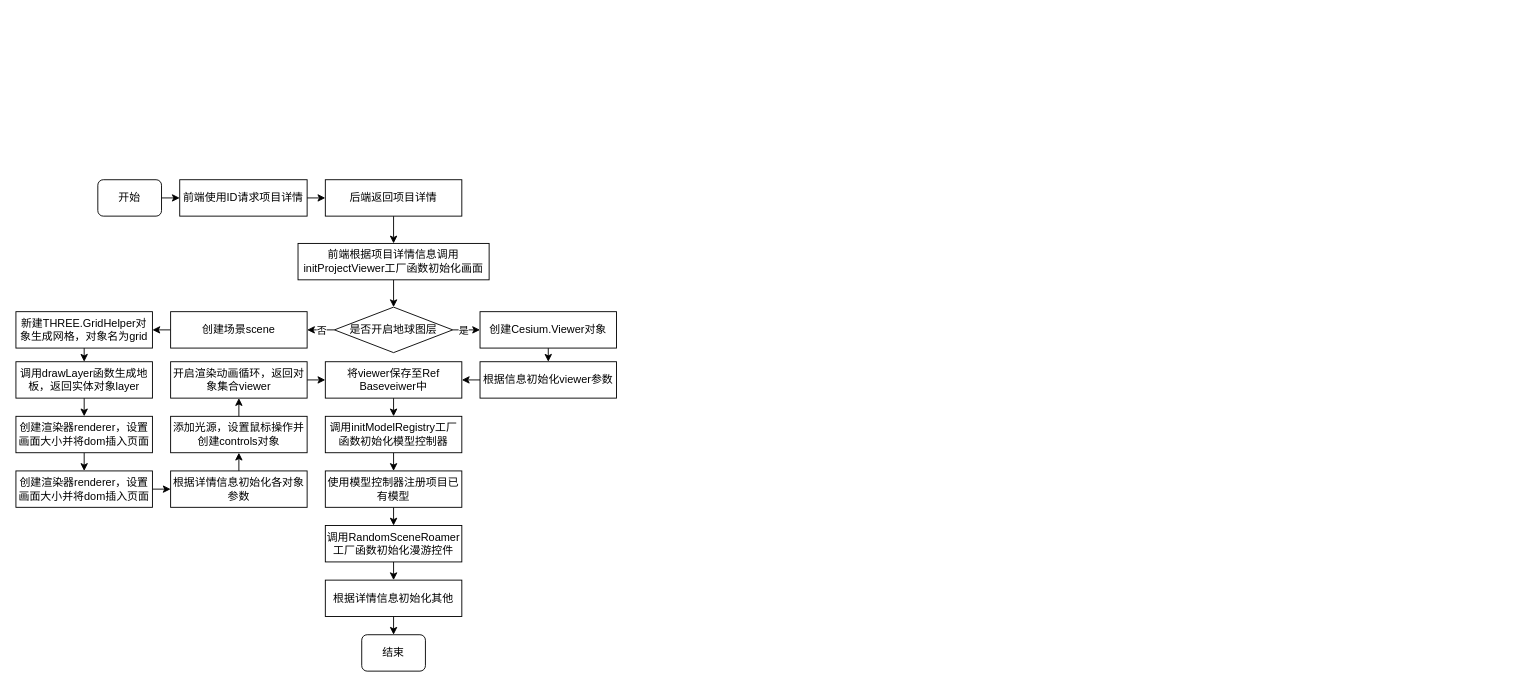
Earlier version of the draw.io diagram page "第 5 页" (5 of 5) of 项目.drawio (AyuShiQi/GIS). Source tidied: cells renumbered, new cells numbered last; positions are measured from the earlier drawing's top-left corner, leaving out a move shared by most shapes. Both pictures are drawn from the tidied source at 91%, with x=0, y=0 at pixel (15, 179).
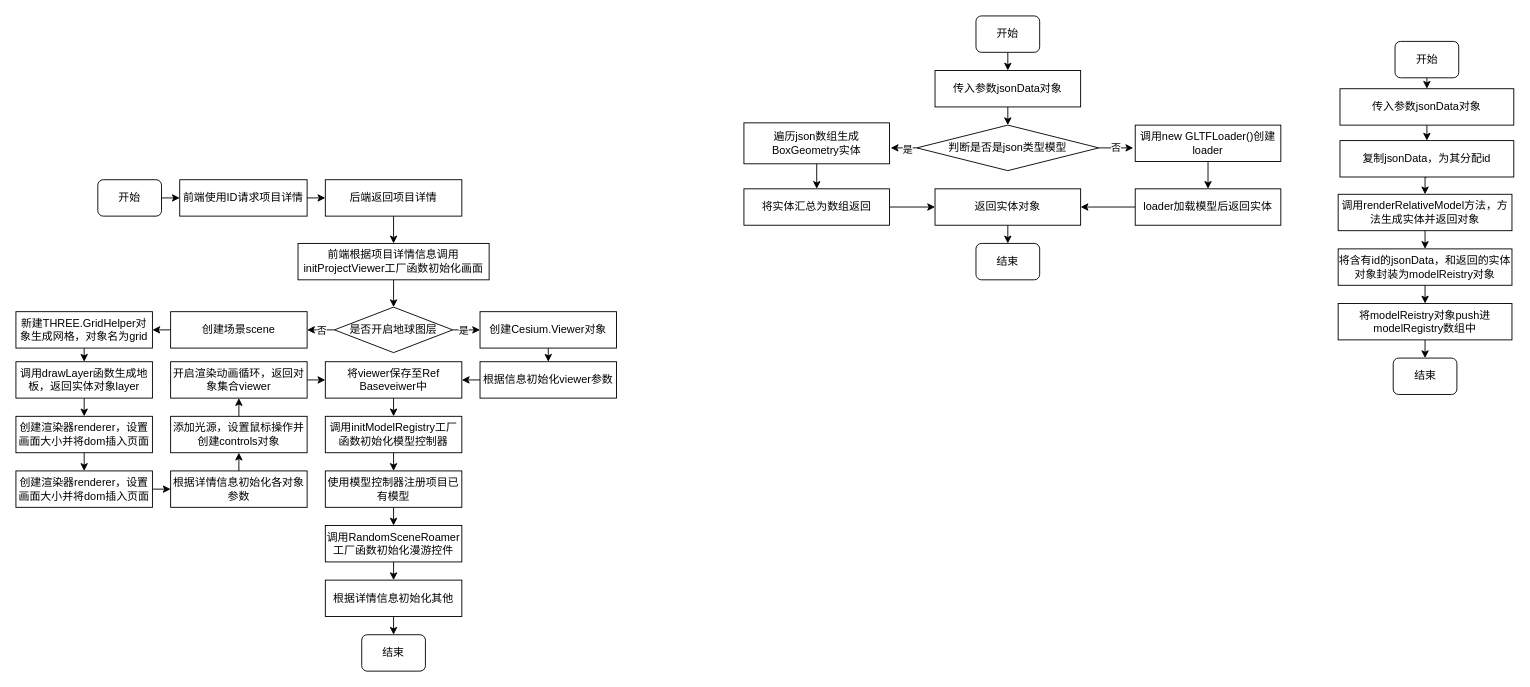
Above is the later version.

The edit, as a diff of the source:
```diff
@@
+    <mxCell id="46" style="edgeStyle=orthogonalEdgeStyle;rounded=0;jettySize=auto;html=1;exitX=0.5;exitY=1;exitDx=0;exitDy=0;entryX=0.5;entryY=0;entryDx=0;entryDy=0;" parent="1" edge="1" source="47" target="49">
+      <mxGeometry relative="1" as="geometry" />
+    </mxCell>
+    <mxCell id="47" value="开始" style="rounded=1;whiteSpace=wrap;html=1;" parent="1" vertex="1">
+      <mxGeometry x="1515.5" y="-152" width="70" height="40" as="geometry" />
+    </mxCell>
+    <mxCell id="48" style="edgeStyle=orthogonalEdgeStyle;rounded=0;jettySize=auto;html=1;exitX=0.5;exitY=1;exitDx=0;exitDy=0;entryX=0.5;entryY=0;entryDx=0;entryDy=0;" parent="1" edge="1" source="49" target="51">
+      <mxGeometry relative="1" as="geometry" />
+    </mxCell>
+    <mxCell id="49" value="传入参数jsonData对象" style="rounded=0;whiteSpace=wrap;html=1;" parent="1" vertex="1">
+      <mxGeometry x="1455" y="-100" width="191" height="40" as="geometry" />
+    </mxCell>
+    <mxCell id="50" style="edgeStyle=orthogonalEdgeStyle;rounded=0;jettySize=auto;html=1;exitX=0.5;exitY=1;exitDx=0;exitDy=0;entryX=0.5;entryY=0;entryDx=0;entryDy=0;" parent="1" edge="1" source="51" target="53">
+      <mxGeometry relative="1" as="geometry" />
+    </mxCell>
+    <mxCell id="51" value="复制jsonData，为其分配id" style="rounded=0;whiteSpace=wrap;html=1;" parent="1" vertex="1">
+      <mxGeometry x="1455" y="-43" width="191" height="40" as="geometry" />
+    </mxCell>
+    <mxCell id="52" style="edgeStyle=orthogonalEdgeStyle;rounded=0;jettySize=auto;html=1;exitX=0.5;exitY=1;exitDx=0;exitDy=0;entryX=0.5;entryY=0;entryDx=0;entryDy=0;" parent="1" edge="1" source="53" target="55">
+      <mxGeometry relative="1" as="geometry" />
+    </mxCell>
+    <mxCell id="53" value="调用renderRelativeModel方法，方法生成实体并返回对象" style="rounded=0;whiteSpace=wrap;html=1;" parent="1" vertex="1">
+      <mxGeometry x="1453" y="16" width="191" height="40" as="geometry" />
+    </mxCell>
+    <mxCell id="54" style="edgeStyle=orthogonalEdgeStyle;rounded=0;jettySize=auto;html=1;exitX=0.5;exitY=1;exitDx=0;exitDy=0;entryX=0.5;entryY=0;entryDx=0;entryDy=0;" parent="1" edge="1" source="55" target="57">
+      <mxGeometry relative="1" as="geometry" />
+    </mxCell>
+    <mxCell id="55" value="将含有id的jsonData，和返回的实体对象封装为modelReistry对象" style="rounded=0;whiteSpace=wrap;html=1;" parent="1" vertex="1">
+      <mxGeometry x="1453" y="76" width="191" height="40" as="geometry" />
+    </mxCell>
+    <mxCell id="56" style="edgeStyle=orthogonalEdgeStyle;rounded=0;jettySize=auto;html=1;exitX=0.5;exitY=1;exitDx=0;exitDy=0;entryX=0.5;entryY=0;entryDx=0;entryDy=0;" parent="1" edge="1" source="57" target="58">
+      <mxGeometry relative="1" as="geometry" />
+    </mxCell>
+    <mxCell id="57" value="将modelReistry对象push进modelRegistry数组中" style="rounded=0;whiteSpace=wrap;html=1;" parent="1" vertex="1">
+      <mxGeometry x="1453" y="136" width="191" height="40" as="geometry" />
+    </mxCell>
+    <mxCell id="58" value="结束" style="rounded=1;whiteSpace=wrap;html=1;" parent="1" vertex="1">
+      <mxGeometry x="1513.5" y="196" width="70" height="40" as="geometry" />
+    </mxCell>
+    <mxCell id="59" style="edgeStyle=orthogonalEdgeStyle;rounded=0;jettySize=auto;html=1;exitX=0.5;exitY=1;exitDx=0;exitDy=0;entryX=0.5;entryY=0;entryDx=0;entryDy=0;" parent="1" edge="1" source="60" target="62">
+      <mxGeometry relative="1" as="geometry" />
+    </mxCell>
+    <mxCell id="60" value="开始" style="rounded=1;whiteSpace=wrap;html=1;" parent="1" vertex="1">
+      <mxGeometry x="1055" y="-180" width="70" height="40" as="geometry" />
+    </mxCell>
+    <mxCell id="61" style="edgeStyle=orthogonalEdgeStyle;rounded=0;jettySize=auto;html=1;exitX=0.5;exitY=1;exitDx=0;exitDy=0;entryX=0.5;entryY=0;entryDx=0;entryDy=0;" parent="1" edge="1" source="62" target="66">
+      <mxGeometry relative="1" as="geometry" />
+    </mxCell>
+    <mxCell id="62" value="传入参数jsonData对象" style="rounded=0;whiteSpace=wrap;html=1;" parent="1" vertex="1">
+      <mxGeometry x="1010" y="-120" width="160" height="40" as="geometry" />
+    </mxCell>
+    <mxCell id="63" value="结束" style="rounded=1;whiteSpace=wrap;html=1;" parent="1" vertex="1">
+      <mxGeometry x="1055" y="70" width="70" height="40" as="geometry" />
+    </mxCell>
+    <mxCell id="64" style="edgeStyle=orthogonalEdgeStyle;rounded=0;jettySize=auto;html=1;exitX=0;exitY=0.5;exitDx=0;exitDy=0;" parent="1" edge="1" source="66">
+      <mxGeometry relative="1" as="geometry">
+        <mxPoint x="961.3" y="-35" as="targetPoint" />
+      </mxGeometry>
+    </mxCell>
+    <mxCell id="65" value="是" style="edgeLabel;html=1;align=center;verticalAlign=middle;" parent="64" vertex="1">
+      <mxGeometry x="-0.24" y="1" relative="1" as="geometry" />
+    </mxCell>
+    <mxCell id="66" value="判断是否是json类型模型" style="rhombus;whiteSpace=wrap;html=1;" parent="1" vertex="1">
+      <mxGeometry x="990" y="-60" width="200" height="50" as="geometry" />
+    </mxCell>
+    <mxCell id="67" style="edgeStyle=orthogonalEdgeStyle;rounded=0;jettySize=auto;html=1;exitX=0.5;exitY=1;exitDx=0;exitDy=0;entryX=0.5;entryY=0;entryDx=0;entryDy=0;" parent="1" edge="1" source="68" target="72">
+      <mxGeometry relative="1" as="geometry" />
+    </mxCell>
+    <mxCell id="68" value="调用new GLTFLoader()创建loader" style="rounded=0;whiteSpace=wrap;html=1;" parent="1" vertex="1">
+      <mxGeometry x="1230" y="-60" width="160" height="40" as="geometry" />
+    </mxCell>
+    <mxCell id="69" style="edgeStyle=orthogonalEdgeStyle;rounded=0;jettySize=auto;html=1;exitX=1;exitY=0.5;exitDx=0;exitDy=0;entryX=-0.014;entryY=0.643;entryDx=0;entryDy=0;entryPerimeter=0;" parent="1" edge="1" source="66" target="68">
+      <mxGeometry relative="1" as="geometry" />
+    </mxCell>
+    <mxCell id="70" value="否" style="edgeLabel;html=1;align=center;verticalAlign=middle;" parent="69" vertex="1">
+      <mxGeometry x="-0.08" y="1" relative="1" as="geometry" />
+    </mxCell>
+    <mxCell id="71" style="edgeStyle=orthogonalEdgeStyle;rounded=0;jettySize=auto;html=1;exitX=0;exitY=0.5;exitDx=0;exitDy=0;entryX=1;entryY=0.5;entryDx=0;entryDy=0;" parent="1" edge="1" source="72" target="78">
+      <mxGeometry relative="1" as="geometry" />
+    </mxCell>
+    <mxCell id="72" value="loader加载模型后返回实体" style="rounded=0;whiteSpace=wrap;html=1;" parent="1" vertex="1">
+      <mxGeometry x="1230" y="10" width="160" height="40" as="geometry" />
+    </mxCell>
+    <mxCell id="73" style="edgeStyle=orthogonalEdgeStyle;rounded=0;jettySize=auto;html=1;exitX=0.5;exitY=1;exitDx=0;exitDy=0;entryX=0.5;entryY=0;entryDx=0;entryDy=0;" parent="1" edge="1" source="74" target="76">
+      <mxGeometry relative="1" as="geometry" />
+    </mxCell>
+    <mxCell id="74" value="遍历json数组生成BoxGeometry实体" style="rounded=0;whiteSpace=wrap;html=1;" parent="1" vertex="1">
+      <mxGeometry x="800" y="-62.5" width="160" height="45" as="geometry" />
+    </mxCell>
+    <mxCell id="75" style="edgeStyle=orthogonalEdgeStyle;rounded=0;jettySize=auto;html=1;exitX=1;exitY=0.5;exitDx=0;exitDy=0;" parent="1" edge="1" source="76" target="78">
+      <mxGeometry relative="1" as="geometry" />
+    </mxCell>
+    <mxCell id="76" value="将实体汇总为数组返回" style="rounded=0;whiteSpace=wrap;html=1;" parent="1" vertex="1">
+      <mxGeometry x="800" y="10" width="160" height="40" as="geometry" />
+    </mxCell>
+    <mxCell id="77" style="edgeStyle=orthogonalEdgeStyle;rounded=0;jettySize=auto;html=1;exitX=0.5;exitY=1;exitDx=0;exitDy=0;entryX=0.5;entryY=0;entryDx=0;entryDy=0;" parent="1" edge="1" source="78" target="63">
+      <mxGeometry relative="1" as="geometry" />
+    </mxCell>
+    <mxCell id="78" value="返回实体对象" style="rounded=0;whiteSpace=wrap;html=1;" parent="1" vertex="1">
+      <mxGeometry x="1010" y="10" width="160" height="40" as="geometry" />
+    </mxCell>
```
